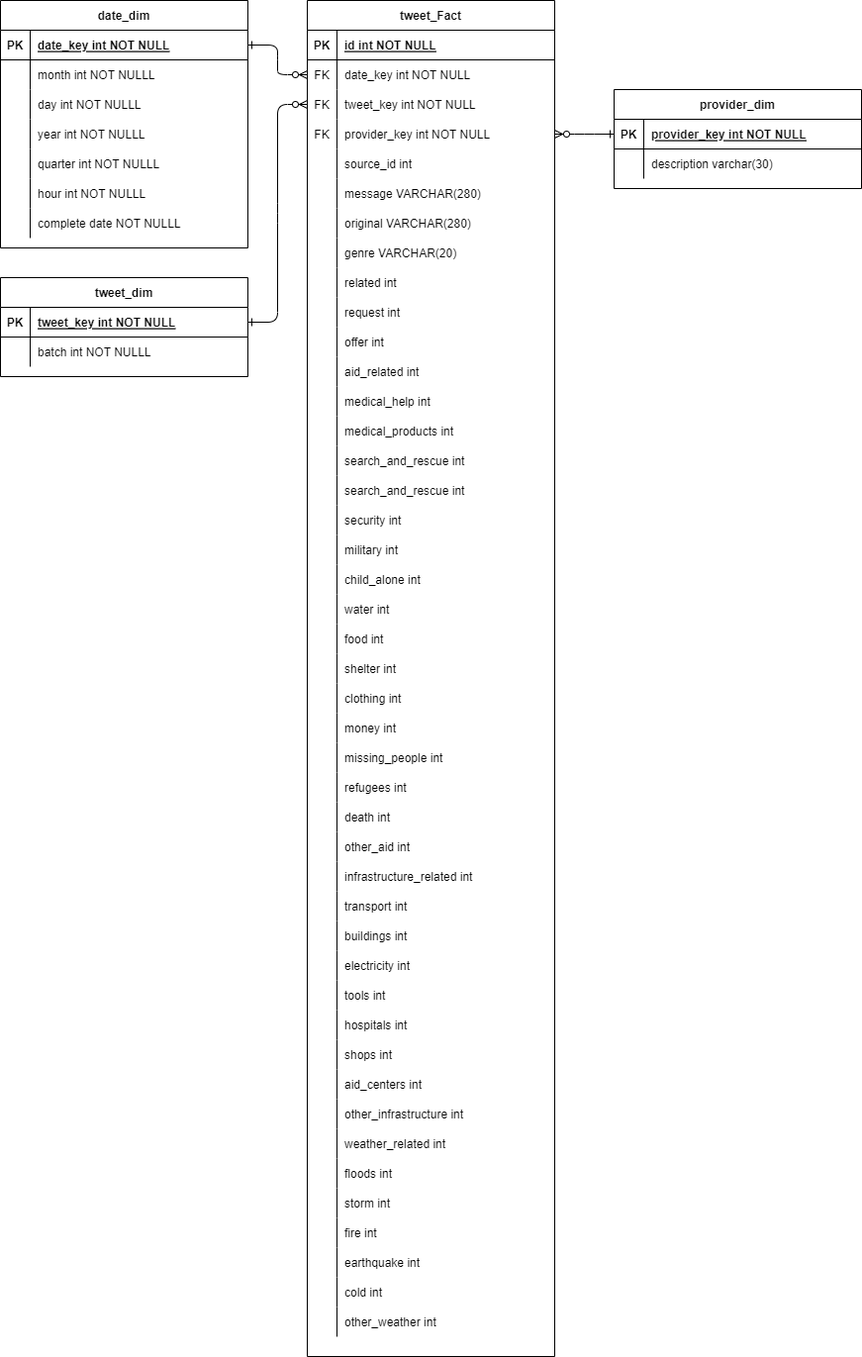
This is diagram/shema diagram.drawio.png from lui91/Azure-ETL-pipeline, a draw.io export, as it was before one commit. Source tidied: cells renumbered, new cells last; positions are measured from the earlier drawing's top-left corner, leaving out a move shared by most shapes.
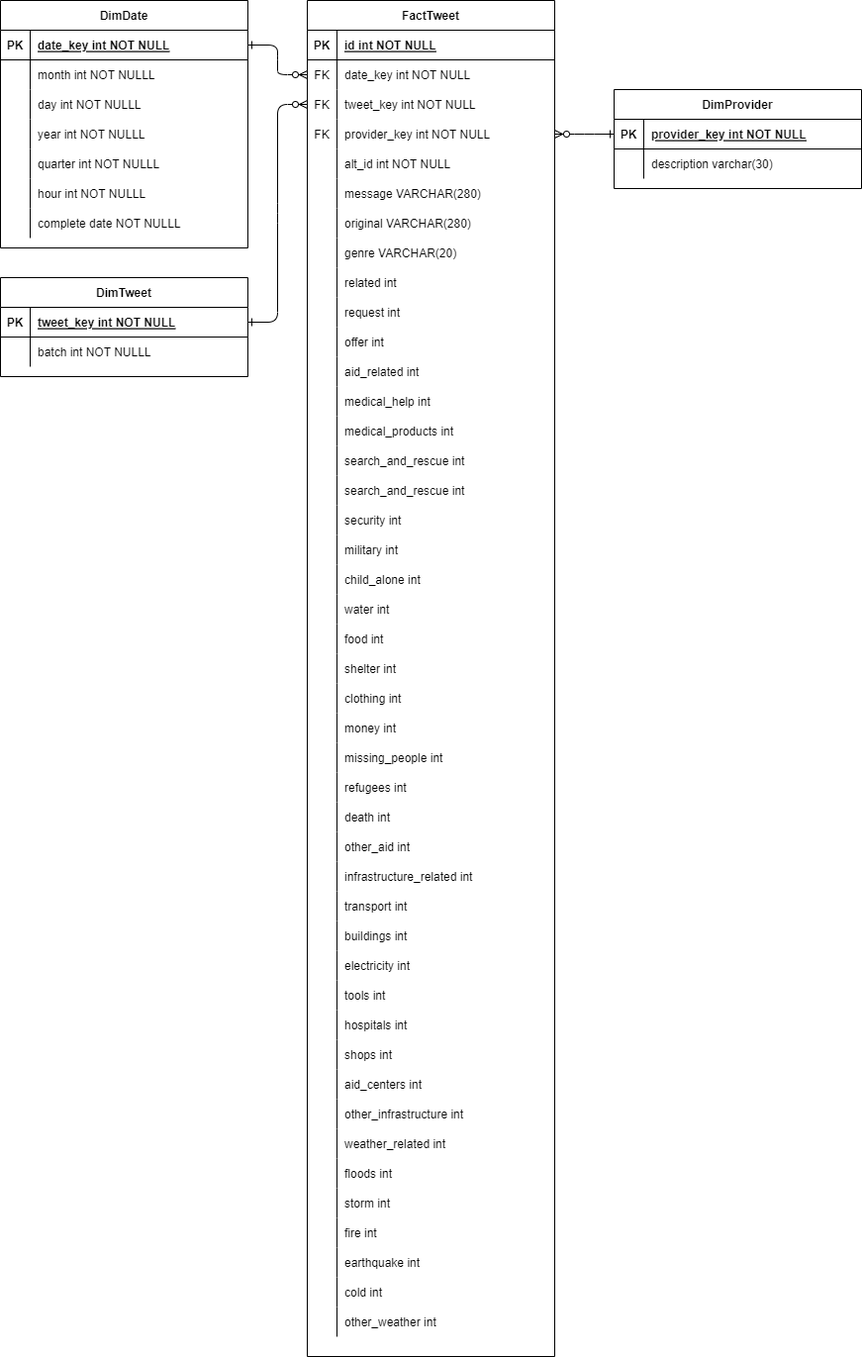
Above is the later version.

The edit, as a diff of the source:
```diff
@@ -5,7 +5,7 @@
     <mxCell id="2" style="edgeStyle=entityRelationEdgeStyle;endArrow=ERzeroToMany;startArrow=ERone;endFill=1;startFill=0;" parent="1" edge="1" source="137" target="7">
       <mxGeometry relative="1" as="geometry" />
     </mxCell>
-    <mxCell id="3" value="tweet_Fact" style="shape=table;startSize=30;rowLines=0;fontStyle=1;align=center;" parent="1" vertex="1">
+    <mxCell id="3" value="FactTweet" style="shape=table;startSize=30;rowLines=0;fontStyle=1;align=center;" parent="1" vertex="1">
       <mxGeometry x="310" width="250" height="1370" as="geometry" />
     </mxCell>
     <mxCell id="4" style="shape=partialRectangle;fillColor=none;top=0;left=0;right=0;bottom=1;" parent="3" vertex="1">
@@ -50,7 +50,7 @@
     <mxCell id="17" style="shape=partialRectangle;overflow=hidden;fillColor=none;top=0;left=0;bottom=0;right=0;" parent="16" vertex="1">
       <mxGeometry width="30" height="30" as="geometry" />
     </mxCell>
-    <mxCell id="18" value="source_id int" style="shape=partialRectangle;overflow=hidden;fillColor=none;top=0;left=0;bottom=0;right=0;align=left;spacingLeft=6;" parent="16" vertex="1">
+    <mxCell id="18" value="alt_id int NOT NULL" style="shape=partialRectangle;overflow=hidden;fillColor=none;top=0;left=0;bottom=0;right=0;align=left;spacingLeft=6;" parent="16" vertex="1">
       <mxGeometry x="30" width="220" height="30" as="geometry" />
     </mxCell>
     <mxCell id="19" style="shape=partialRectangle;fillColor=none;top=0;left=0;right=0;bottom=0;" parent="3" vertex="1">
@@ -404,7 +404,7 @@
     <mxCell id="135" value="other_weather int" style="shape=partialRectangle;overflow=hidden;fillColor=none;top=0;left=0;bottom=0;right=0;align=left;spacingLeft=6;" parent="133" vertex="1">
       <mxGeometry x="30" width="220" height="30" as="geometry" />
     </mxCell>
-    <mxCell id="136" value="date_dim" style="shape=table;startSize=30;rowLines=0;fontStyle=1;align=center;" parent="1" vertex="1">
+    <mxCell id="136" value="DimDate" style="shape=table;startSize=30;rowLines=0;fontStyle=1;align=center;" parent="1" vertex="1">
       <mxGeometry width="250" height="250" as="geometry" />
     </mxCell>
     <mxCell id="137" style="shape=partialRectangle;fillColor=none;points=[[0,0.5],[1,0.5]];portConstraint=eastwest;top=0;left=0;right=0;bottom=1;" parent="136" vertex="1">
@@ -470,7 +470,7 @@
     <mxCell id="157" value="complete date NOT NULLL" style="shape=partialRectangle;overflow=hidden;fillColor=none;top=0;left=0;bottom=0;right=0;align=left;spacingLeft=6;" parent="155" vertex="1">
       <mxGeometry x="30" width="220" height="30" as="geometry" />
     </mxCell>
-    <mxCell id="158" value="tweet_dim" style="shape=table;startSize=30;rowLines=0;fontStyle=1;align=center;" parent="1" vertex="1">
+    <mxCell id="158" value="DimTweet" style="shape=table;startSize=30;rowLines=0;fontStyle=1;align=center;" parent="1" vertex="1">
       <mxGeometry y="280" width="250" height="100" as="geometry" />
     </mxCell>
     <mxCell id="159" style="shape=partialRectangle;fillColor=none;points=[[0,0.5],[1,0.5]];portConstraint=eastwest;top=0;left=0;right=0;bottom=1;" parent="158" vertex="1">
@@ -491,7 +491,7 @@
     <mxCell id="164" value="batch int NOT NULLL" style="shape=partialRectangle;overflow=hidden;fillColor=none;top=0;left=0;bottom=0;right=0;align=left;spacingLeft=6;" parent="162" vertex="1">
       <mxGeometry x="30" width="220" height="30" as="geometry" />
     </mxCell>
-    <mxCell id="165" value="provider_dim" style="shape=table;startSize=30;rowLines=0;fontStyle=1;align=center;" parent="1" vertex="1">
+    <mxCell id="165" value="DimProvider" style="shape=table;startSize=30;rowLines=0;fontStyle=1;align=center;" parent="1" vertex="1">
       <mxGeometry x="620" y="90" width="250" height="100" as="geometry" />
     </mxCell>
     <mxCell id="166" style="shape=partialRectangle;fillColor=none;points=[[0,0.5],[1,0.5]];portConstraint=eastwest;top=0;left=0;right=0;bottom=1;" parent="165" vertex="1">
```
